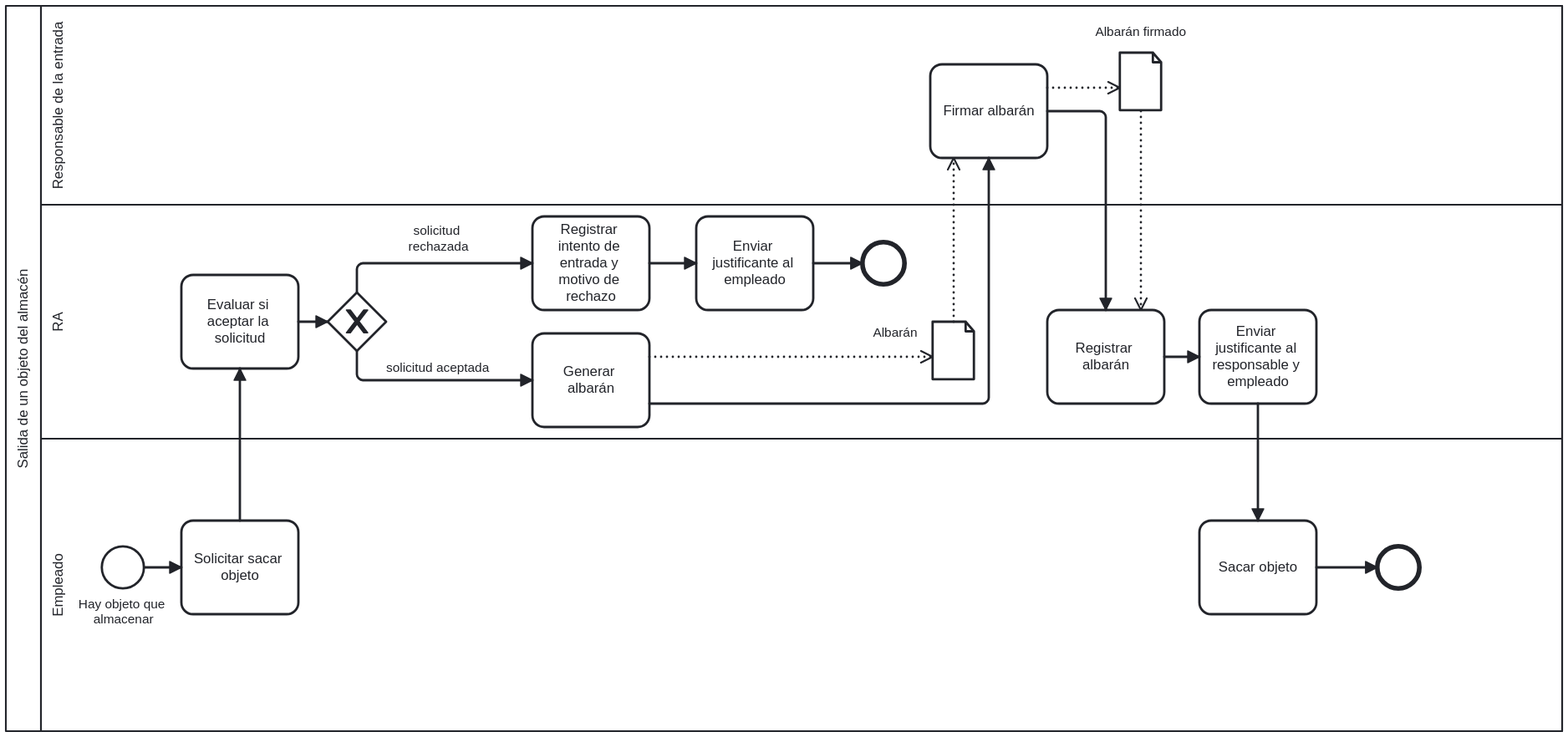
Before: assets/Proceso a Implantar - Salida de objeto.svg, a diagram exported from BPMN (Emilio-115/Proyecto-IR-G2-12). Its source is kept beside it as Procesos de negocio/Proceso a Implantar - Salida de objeto.bpmn. Ids are renumbered. Its diagram source:
```xml
<definitions xmlns="http://www.omg.org/spec/BPMN/20100524/MODEL" xmlns:bpmndi="http://www.omg.org/spec/BPMN/20100524/DI" xmlns:omgdi="http://www.omg.org/spec/DD/20100524/DI" xmlns:omgdc="http://www.omg.org/spec/DD/20100524/DC" xmlns:xsi="http://www.w3.org/2001/XMLSchema-instance" id="sid-38422fae-e03e-43a3-bef4-bd33b32041b2" targetNamespace="http://bpmn.io/bpmn" exporter="bpmn-js (https://demo.bpmn.io)" exporterVersion="17.11.1">
  <collaboration id="Collaboration_n1">
    <participant id="Participant_n2" name="Salida de un objeto del almacén" processRef="Process_1" />
  </collaboration>
  <process id="Process_1" isExecutable="false">
    <laneSet id="LaneSet_n3">
      <lane id="Lane_n4" name="Empleado">
        <flowNodeRef>Activity_n5</flowNodeRef>
        <flowNodeRef>Event_n6</flowNodeRef>
        <flowNodeRef>Activity_n7</flowNodeRef>
        <flowNodeRef>Event_n8</flowNodeRef>
      </lane>
      <lane id="Lane_n9" name="RA">
        <flowNodeRef>Activity_n10</flowNodeRef>
        <flowNodeRef>Activity_n11</flowNodeRef>
        <flowNodeRef>Activity_n12</flowNodeRef>
        <flowNodeRef>Activity_n13</flowNodeRef>
        <flowNodeRef>Gateway_n14</flowNodeRef>
        <flowNodeRef>Event_n15</flowNodeRef>
        <flowNodeRef>Activity_n16</flowNodeRef>
        <flowNodeRef>Activity_n17</flowNodeRef>
      </lane>
      <lane id="Lane_n18" name="Responsable de la entrada">
        <flowNodeRef>Activity_n19</flowNodeRef>
      </lane>
    </laneSet>
    <task id="Activity_n5" name="Solicitar sacar objeto">
      <incoming>Flow_n20</incoming>
      <outgoing>Flow_n21</outgoing>
    </task>
    <startEvent id="Event_n6" name="Hay objeto que almacenar">
      <outgoing>Flow_n20</outgoing>
    </startEvent>
    <task id="Activity_n10" name="Registrar intento de entrada y motivo de rechazo">
      <incoming>Flow_n22</incoming>
      <outgoing>Flow_n23</outgoing>
    </task>
    <task id="Activity_n11" name="Generar albarán">
      <incoming>Flow_n24</incoming>
      <outgoing>Flow_n25</outgoing>
      <dataOutputAssociation id="DataOutputAssociation_n26">
        <targetRef>DataObjectReference_n27</targetRef>
      </dataOutputAssociation>
    </task>
    <task id="Activity_n19" name="Firmar albarán">
      <incoming>Flow_n25</incoming>
      <outgoing>Flow_n28</outgoing>
      <property id="Property_n29" name="__targetRef_placeholder" />
      <dataInputAssociation id="DataInputAssociation_n30">
        <sourceRef>DataObjectReference_n27</sourceRef>
        <targetRef>Property_n29</targetRef>
      </dataInputAssociation>
      <dataOutputAssociation id="DataOutputAssociation_n31">
        <targetRef>DataObjectReference_n32</targetRef>
      </dataOutputAssociation>
    </task>
    <dataObjectReference id="DataObjectReference_n27" name="Albarán" dataObjectRef="DataObject_n33" />
    <dataObject id="DataObject_n33" />
    <task id="Activity_n12" name="Registrar albarán">
      <incoming>Flow_n28</incoming>
      <outgoing>Flow_n34</outgoing>
      <property id="Property_n35" name="__targetRef_placeholder" />
      <dataInputAssociation id="DataInputAssociation_n36">
        <sourceRef>DataObjectReference_n32</sourceRef>
        <targetRef>Property_n35</targetRef>
      </dataInputAssociation>
    </task>
    <dataObjectReference id="DataObjectReference_n32" name="Albarán firmado" dataObjectRef="DataObject_n37" />
    <dataObject id="DataObject_n37" />
    <task id="Activity_n7" name="Sacar objeto">
      <incoming>Flow_n38</incoming>
      <outgoing>Flow_n39</outgoing>
    </task>
    <endEvent id="Event_n8">
      <incoming>Flow_n39</incoming>
    </endEvent>
    <task id="Activity_n13" name="Evaluar si aceptar la solicitud">
      <incoming>Flow_n21</incoming>
      <outgoing>Flow_n40</outgoing>
    </task>
    <exclusiveGateway id="Gateway_n14">
      <incoming>Flow_n40</incoming>
      <outgoing>Flow_n24</outgoing>
      <outgoing>Flow_n22</outgoing>
    </exclusiveGateway>
    <endEvent id="Event_n15">
      <incoming>Flow_n41</incoming>
    </endEvent>
    <task id="Activity_n16" name="Enviar justificante al empleado">
      <incoming>Flow_n23</incoming>
      <outgoing>Flow_n41</outgoing>
    </task>
    <task id="Activity_n17" name="Enviar justificante al responsable y empleado">
      <incoming>Flow_n34</incoming>
      <outgoing>Flow_n38</outgoing>
    </task>
    <sequenceFlow id="Flow_n20" sourceRef="Event_n6" targetRef="Activity_n5" />
    <sequenceFlow id="Flow_n21" sourceRef="Activity_n5" targetRef="Activity_n13" />
    <sequenceFlow id="Flow_n22" name="solicitud rechazada" sourceRef="Gateway_n14" targetRef="Activity_n10" />
    <sequenceFlow id="Flow_n23" sourceRef="Activity_n10" targetRef="Activity_n16" />
    <sequenceFlow id="Flow_n24" name="solicitud aceptada" sourceRef="Gateway_n14" targetRef="Activity_n11" />
    <sequenceFlow id="Flow_n25" sourceRef="Activity_n11" targetRef="Activity_n19" />
    <sequenceFlow id="Flow_n28" sourceRef="Activity_n19" targetRef="Activity_n12" />
    <sequenceFlow id="Flow_n34" sourceRef="Activity_n12" targetRef="Activity_n17" />
    <sequenceFlow id="Flow_n38" sourceRef="Activity_n17" targetRef="Activity_n7" />
    <sequenceFlow id="Flow_n39" sourceRef="Activity_n7" targetRef="Event_n8" />
    <sequenceFlow id="Flow_n40" sourceRef="Activity_n13" targetRef="Gateway_n14" />
    <sequenceFlow id="Flow_n41" sourceRef="Activity_n16" targetRef="Event_n15" />
  </process>
  <bpmndi:BPMNDiagram id="BpmnDiagram_1">
    <bpmndi:BPMNPlane id="BpmnPlane_1" bpmnElement="Collaboration_n1">
      <bpmndi:BPMNShape id="Participant_n2_di" bpmnElement="Participant_n2" isHorizontal="true">
        <omgdc:Bounds x="160" y="80" width="1330" height="620" />
        <bpmndi:BPMNLabel />
      </bpmndi:BPMNShape>
      <bpmndi:BPMNShape id="Lane_n4_di" bpmnElement="Lane_n4" isHorizontal="true">
        <omgdc:Bounds x="190" y="450" width="1300" height="250" />
        <bpmndi:BPMNLabel />
      </bpmndi:BPMNShape>
      <bpmndi:BPMNShape id="Lane_n9_di" bpmnElement="Lane_n9" isHorizontal="true">
        <omgdc:Bounds x="190" y="250" width="1300" height="200" />
        <bpmndi:BPMNLabel />
      </bpmndi:BPMNShape>
      <bpmndi:BPMNShape id="Lane_n18_di" bpmnElement="Lane_n18" isHorizontal="true">
        <omgdc:Bounds x="190" y="80" width="1300" height="170" />
        <bpmndi:BPMNLabel />
      </bpmndi:BPMNShape>
      <bpmndi:BPMNShape id="Activity_n5_di" bpmnElement="Activity_n5">
        <omgdc:Bounds x="310" y="520" width="100" height="80" />
        <bpmndi:BPMNLabel />
      </bpmndi:BPMNShape>
      <bpmndi:BPMNShape id="Event_n6_di" bpmnElement="Event_n6">
        <omgdc:Bounds x="242" y="542" width="36" height="36" />
        <bpmndi:BPMNLabel>
          <omgdc:Bounds x="222" y="585" width="78" height="27" />
        </bpmndi:BPMNLabel>
      </bpmndi:BPMNShape>
      <bpmndi:BPMNShape id="Activity_n10_di" bpmnElement="Activity_n10">
        <omgdc:Bounds x="610" y="260" width="100" height="80" />
        <bpmndi:BPMNLabel />
      </bpmndi:BPMNShape>
      <bpmndi:BPMNShape id="Activity_n11_di" bpmnElement="Activity_n11">
        <omgdc:Bounds x="610" y="360" width="100" height="80" />
        <bpmndi:BPMNLabel />
      </bpmndi:BPMNShape>
      <bpmndi:BPMNShape id="Activity_n19_di" bpmnElement="Activity_n19">
        <omgdc:Bounds x="950" y="130" width="100" height="80" />
        <bpmndi:BPMNLabel />
      </bpmndi:BPMNShape>
      <bpmndi:BPMNShape id="DataObjectReference_n27_di" bpmnElement="DataObjectReference_n27">
        <omgdc:Bounds x="952" y="350" width="36" height="50" />
        <bpmndi:BPMNLabel>
          <omgdc:Bounds x="901" y="353" width="38" height="14" />
        </bpmndi:BPMNLabel>
      </bpmndi:BPMNShape>
      <bpmndi:BPMNShape id="Activity_n12_di" bpmnElement="Activity_n12">
        <omgdc:Bounds x="1050" y="340" width="100" height="80" />
        <bpmndi:BPMNLabel />
      </bpmndi:BPMNShape>
      <bpmndi:BPMNShape id="DataObjectReference_n32_di" bpmnElement="DataObjectReference_n32">
        <omgdc:Bounds x="1112" y="120" width="36" height="50" />
        <bpmndi:BPMNLabel>
          <omgdc:Bounds x="1091" y="96" width="78" height="14" />
        </bpmndi:BPMNLabel>
      </bpmndi:BPMNShape>
      <bpmndi:BPMNShape id="Activity_n7_di" bpmnElement="Activity_n7">
        <omgdc:Bounds x="1180" y="520" width="100" height="80" />
        <bpmndi:BPMNLabel />
      </bpmndi:BPMNShape>
      <bpmndi:BPMNShape id="Event_n8_di" bpmnElement="Event_n8">
        <omgdc:Bounds x="1332" y="542" width="36" height="36" />
        <bpmndi:BPMNLabel>
          <omgdc:Bounds x="1471" y="465" width="78" height="27" />
        </bpmndi:BPMNLabel>
      </bpmndi:BPMNShape>
      <bpmndi:BPMNShape id="Activity_n13_di" bpmnElement="Activity_n13">
        <omgdc:Bounds x="310" y="310" width="100" height="80" />
        <bpmndi:BPMNLabel />
      </bpmndi:BPMNShape>
      <bpmndi:BPMNShape id="Gateway_n14_di" bpmnElement="Gateway_n14" isMarkerVisible="true">
        <omgdc:Bounds x="435" y="325" width="50" height="50" />
      </bpmndi:BPMNShape>
      <bpmndi:BPMNShape id="Event_n15_di" bpmnElement="Event_n15">
        <omgdc:Bounds x="892" y="282" width="36" height="36" />
      </bpmndi:BPMNShape>
      <bpmndi:BPMNShape id="Activity_n16_di" bpmnElement="Activity_n16">
        <omgdc:Bounds x="750" y="260" width="100" height="80" />
        <bpmndi:BPMNLabel />
      </bpmndi:BPMNShape>
      <bpmndi:BPMNShape id="BPMNShape_n42" bpmnElement="Activity_n17">
        <omgdc:Bounds x="1180" y="340" width="100" height="80" />
        <bpmndi:BPMNLabel />
      </bpmndi:BPMNShape>
      <bpmndi:BPMNEdge id="Flow_n20_di" bpmnElement="Flow_n20">
        <omgdi:waypoint x="278" y="560" />
        <omgdi:waypoint x="310" y="560" />
      </bpmndi:BPMNEdge>
      <bpmndi:BPMNEdge id="Flow_n21_di" bpmnElement="Flow_n21">
        <omgdi:waypoint x="360" y="520" />
        <omgdi:waypoint x="360" y="390" />
      </bpmndi:BPMNEdge>
      <bpmndi:BPMNEdge id="Flow_n22_di" bpmnElement="Flow_n22">
        <omgdi:waypoint x="460" y="325" />
        <omgdi:waypoint x="460" y="300" />
        <omgdi:waypoint x="610" y="300" />
        <bpmndi:BPMNLabel>
          <omgdc:Bounds x="504" y="266" width="52" height="27" />
        </bpmndi:BPMNLabel>
      </bpmndi:BPMNEdge>
      <bpmndi:BPMNEdge id="Flow_n23_di" bpmnElement="Flow_n23">
        <omgdi:waypoint x="710" y="300" />
        <omgdi:waypoint x="750" y="300" />
      </bpmndi:BPMNEdge>
      <bpmndi:BPMNEdge id="Flow_n24_di" bpmnElement="Flow_n24">
        <omgdi:waypoint x="460" y="375" />
        <omgdi:waypoint x="460" y="400" />
        <omgdi:waypoint x="610" y="400" />
        <bpmndi:BPMNLabel>
          <omgdc:Bounds x="485" y="383" width="89" height="14" />
        </bpmndi:BPMNLabel>
      </bpmndi:BPMNEdge>
      <bpmndi:BPMNEdge id="Flow_n25_di" bpmnElement="Flow_n25">
        <omgdi:waypoint x="710" y="420" />
        <omgdi:waypoint x="1000" y="420" />
        <omgdi:waypoint x="1000" y="210" />
      </bpmndi:BPMNEdge>
      <bpmndi:BPMNEdge id="Flow_n28_di" bpmnElement="Flow_n28">
        <omgdi:waypoint x="1050" y="170" />
        <omgdi:waypoint x="1100" y="170" />
        <omgdi:waypoint x="1100" y="340" />
      </bpmndi:BPMNEdge>
      <bpmndi:BPMNEdge id="Flow_n34_di" bpmnElement="Flow_n34">
        <omgdi:waypoint x="1150" y="380" />
        <omgdi:waypoint x="1180" y="380" />
      </bpmndi:BPMNEdge>
      <bpmndi:BPMNEdge id="Flow_n38_di" bpmnElement="Flow_n38">
        <omgdi:waypoint x="1230" y="420" />
        <omgdi:waypoint x="1230" y="520" />
      </bpmndi:BPMNEdge>
      <bpmndi:BPMNEdge id="Flow_n39_di" bpmnElement="Flow_n39">
        <omgdi:waypoint x="1280" y="560" />
        <omgdi:waypoint x="1332" y="560" />
      </bpmndi:BPMNEdge>
      <bpmndi:BPMNEdge id="Flow_n40_di" bpmnElement="Flow_n40">
        <omgdi:waypoint x="410" y="350" />
        <omgdi:waypoint x="435" y="350" />
      </bpmndi:BPMNEdge>
      <bpmndi:BPMNEdge id="Flow_n41_di" bpmnElement="Flow_n41">
        <omgdi:waypoint x="850" y="300" />
        <omgdi:waypoint x="892" y="300" />
      </bpmndi:BPMNEdge>
      <bpmndi:BPMNEdge id="DataOutputAssociation_n26_di" bpmnElement="DataOutputAssociation_n26">
        <omgdi:waypoint x="710" y="380" />
        <omgdi:waypoint x="952" y="380" />
      </bpmndi:BPMNEdge>
      <bpmndi:BPMNEdge id="DataInputAssociation_n30_di" bpmnElement="DataInputAssociation_n30">
        <omgdi:waypoint x="970" y="350" />
        <omgdi:waypoint x="970" y="210" />
      </bpmndi:BPMNEdge>
      <bpmndi:BPMNEdge id="DataOutputAssociation_n31_di" bpmnElement="DataOutputAssociation_n31">
        <omgdi:waypoint x="1050" y="150" />
        <omgdi:waypoint x="1112" y="150" />
      </bpmndi:BPMNEdge>
      <bpmndi:BPMNEdge id="DataInputAssociation_n36_di" bpmnElement="DataInputAssociation_n36">
        <omgdi:waypoint x="1130" y="170" />
        <omgdi:waypoint x="1130" y="340" />
      </bpmndi:BPMNEdge>
    </bpmndi:BPMNPlane>
  </bpmndi:BPMNDiagram>
</definitions>
```
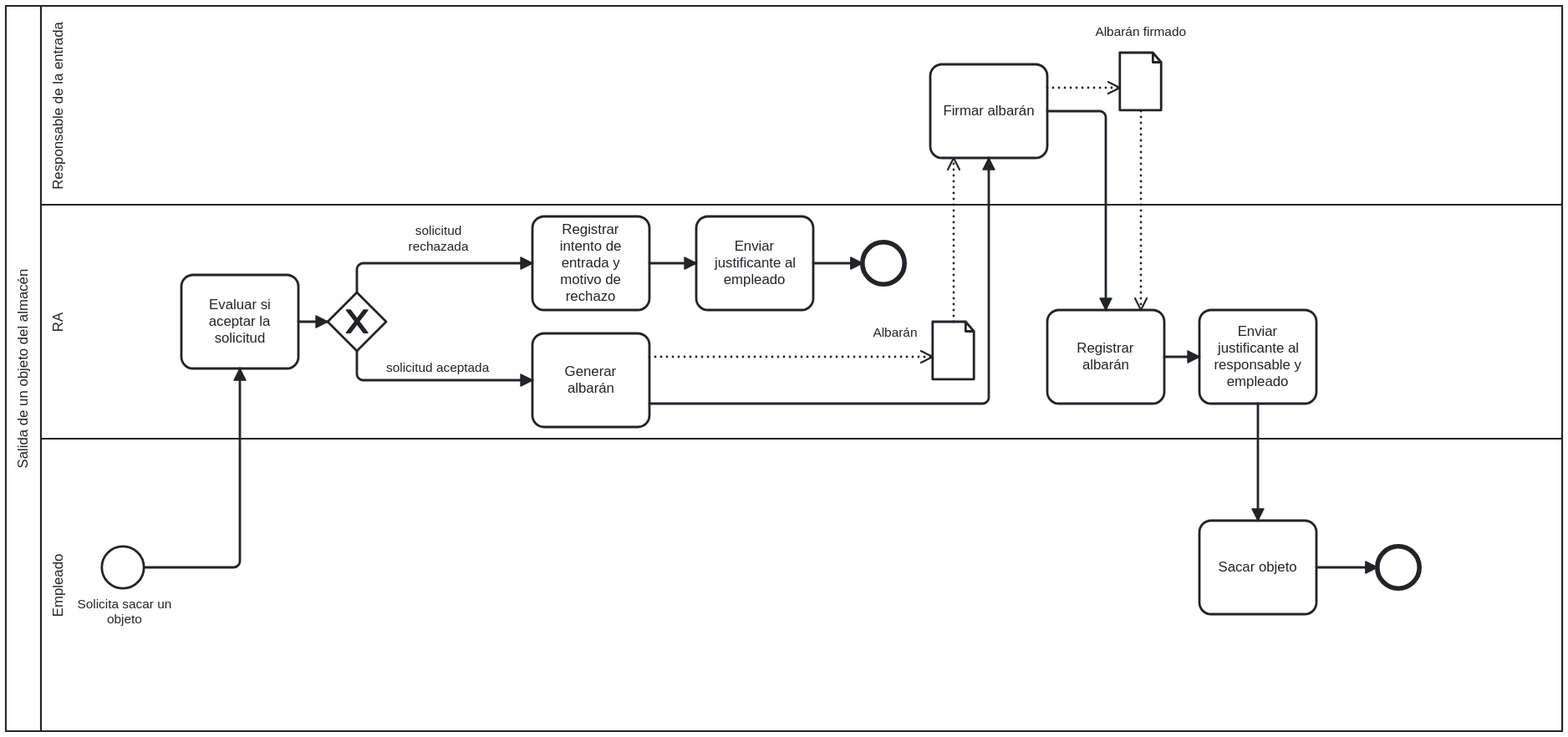
Later version of the same file.

Commit message:
docs: :memo: corregir bpmn proceso a implantar - Salida de Objeto y el bpmn de proceso de Préstamo a Implantar

Diff of the diagram source:
```diff
@@ -1,11 +1,10 @@
-<definitions xmlns="http://www.omg.org/spec/BPMN/20100524/MODEL" xmlns:bpmndi="http://www.omg.org/spec/BPMN/20100524/DI" xmlns:omgdi="http://www.omg.org/spec/DD/20100524/DI" xmlns:omgdc="http://www.omg.org/spec/DD/20100524/DC" xmlns:xsi="http://www.w3.org/2001/XMLSchema-instance" id="sid-38422fae-e03e-43a3-bef4-bd33b32041b2" targetNamespace="http://bpmn.io/bpmn" exporter="bpmn-js (https://demo.bpmn.io)" exporterVersion="17.11.1">
+<definitions xmlns="http://www.omg.org/spec/BPMN/20100524/MODEL" xmlns:bpmndi="http://www.omg.org/spec/BPMN/20100524/DI" xmlns:omgdi="http://www.omg.org/spec/DD/20100524/DI" xmlns:omgdc="http://www.omg.org/spec/DD/20100524/DC" xmlns:xsi="http://www.w3.org/2001/XMLSchema-instance" id="sid-38422fae-e03e-43a3-bef4-bd33b32041b2" targetNamespace="http://bpmn.io/bpmn" exporter="bpmn-js (https://demo.bpmn.io)" exporterVersion="18.0.0">
   <collaboration id="Collaboration_n1">
     <participant id="Participant_n2" name="Salida de un objeto del almacén" processRef="Process_1" />
   </collaboration>
   <process id="Process_1" isExecutable="false">
     <laneSet id="LaneSet_n3">
       <lane id="Lane_n4" name="Empleado">
-        <flowNodeRef>Activity_n5</flowNodeRef>
         <flowNodeRef>Event_n6</flowNodeRef>
         <flowNodeRef>Activity_n7</flowNodeRef>
         <flowNodeRef>Event_n8</flowNodeRef>
@@ -24,11 +23,7 @@
         <flowNodeRef>Activity_n19</flowNodeRef>
       </lane>
     </laneSet>
-    <task id="Activity_n5" name="Solicitar sacar objeto">
-      <incoming>Flow_n20</incoming>
-      <outgoing>Flow_n21</outgoing>
-    </task>
-    <startEvent id="Event_n6" name="Hay objeto que almacenar">
+    <startEvent id="Event_n6" name="Solicita sacar un objeto">
       <outgoing>Flow_n20</outgoing>
     </startEvent>
     <task id="Activity_n10" name="Registrar intento de entrada y motivo de rechazo">
@@ -75,7 +70,7 @@
       <incoming>Flow_n39</incoming>
     </endEvent>
     <task id="Activity_n13" name="Evaluar si aceptar la solicitud">
-      <incoming>Flow_n21</incoming>
+      <incoming>Flow_n20</incoming>
       <outgoing>Flow_n40</outgoing>
     </task>
     <exclusiveGateway id="Gateway_n14">
@@ -94,8 +89,7 @@
       <incoming>Flow_n34</incoming>
       <outgoing>Flow_n38</outgoing>
     </task>
-    <sequenceFlow id="Flow_n20" sourceRef="Event_n6" targetRef="Activity_n5" />
-    <sequenceFlow id="Flow_n21" sourceRef="Activity_n5" targetRef="Activity_n13" />
+    <sequenceFlow id="Flow_n20" sourceRef="Event_n6" targetRef="Activity_n13" />
     <sequenceFlow id="Flow_n22" name="solicitud rechazada" sourceRef="Gateway_n14" targetRef="Activity_n10" />
     <sequenceFlow id="Flow_n23" sourceRef="Activity_n10" targetRef="Activity_n16" />
     <sequenceFlow id="Flow_n24" name="solicitud aceptada" sourceRef="Gateway_n14" targetRef="Activity_n11" />
@@ -113,26 +107,22 @@
         <omgdc:Bounds x="160" y="80" width="1330" height="620" />
         <bpmndi:BPMNLabel />
       </bpmndi:BPMNShape>
-      <bpmndi:BPMNShape id="Lane_n4_di" bpmnElement="Lane_n4" isHorizontal="true">
-        <omgdc:Bounds x="190" y="450" width="1300" height="250" />
+      <bpmndi:BPMNShape id="Lane_n18_di" bpmnElement="Lane_n18" isHorizontal="true">
+        <omgdc:Bounds x="190" y="80" width="1300" height="170" />
         <bpmndi:BPMNLabel />
       </bpmndi:BPMNShape>
       <bpmndi:BPMNShape id="Lane_n9_di" bpmnElement="Lane_n9" isHorizontal="true">
         <omgdc:Bounds x="190" y="250" width="1300" height="200" />
         <bpmndi:BPMNLabel />
       </bpmndi:BPMNShape>
-      <bpmndi:BPMNShape id="Lane_n18_di" bpmnElement="Lane_n18" isHorizontal="true">
-        <omgdc:Bounds x="190" y="80" width="1300" height="170" />
-        <bpmndi:BPMNLabel />
-      </bpmndi:BPMNShape>
-      <bpmndi:BPMNShape id="Activity_n5_di" bpmnElement="Activity_n5">
-        <omgdc:Bounds x="310" y="520" width="100" height="80" />
+      <bpmndi:BPMNShape id="Lane_n4_di" bpmnElement="Lane_n4" isHorizontal="true">
+        <omgdc:Bounds x="190" y="450" width="1300" height="250" />
         <bpmndi:BPMNLabel />
       </bpmndi:BPMNShape>
       <bpmndi:BPMNShape id="Event_n6_di" bpmnElement="Event_n6">
         <omgdc:Bounds x="242" y="542" width="36" height="36" />
         <bpmndi:BPMNLabel>
-          <omgdc:Bounds x="222" y="585" width="78" height="27" />
+          <omgdc:Bounds x="221" y="585" width="81" height="27" />
         </bpmndi:BPMNLabel>
       </bpmndi:BPMNShape>
       <bpmndi:BPMNShape id="Activity_n10_di" bpmnElement="Activity_n10">
@@ -193,10 +183,7 @@
       </bpmndi:BPMNShape>
       <bpmndi:BPMNEdge id="Flow_n20_di" bpmnElement="Flow_n20">
         <omgdi:waypoint x="278" y="560" />
-        <omgdi:waypoint x="310" y="560" />
-      </bpmndi:BPMNEdge>
-      <bpmndi:BPMNEdge id="Flow_n21_di" bpmnElement="Flow_n21">
-        <omgdi:waypoint x="360" y="520" />
+        <omgdi:waypoint x="360" y="560" />
         <omgdi:waypoint x="360" y="390" />
       </bpmndi:BPMNEdge>
       <bpmndi:BPMNEdge id="Flow_n22_di" bpmnElement="Flow_n22">
```
